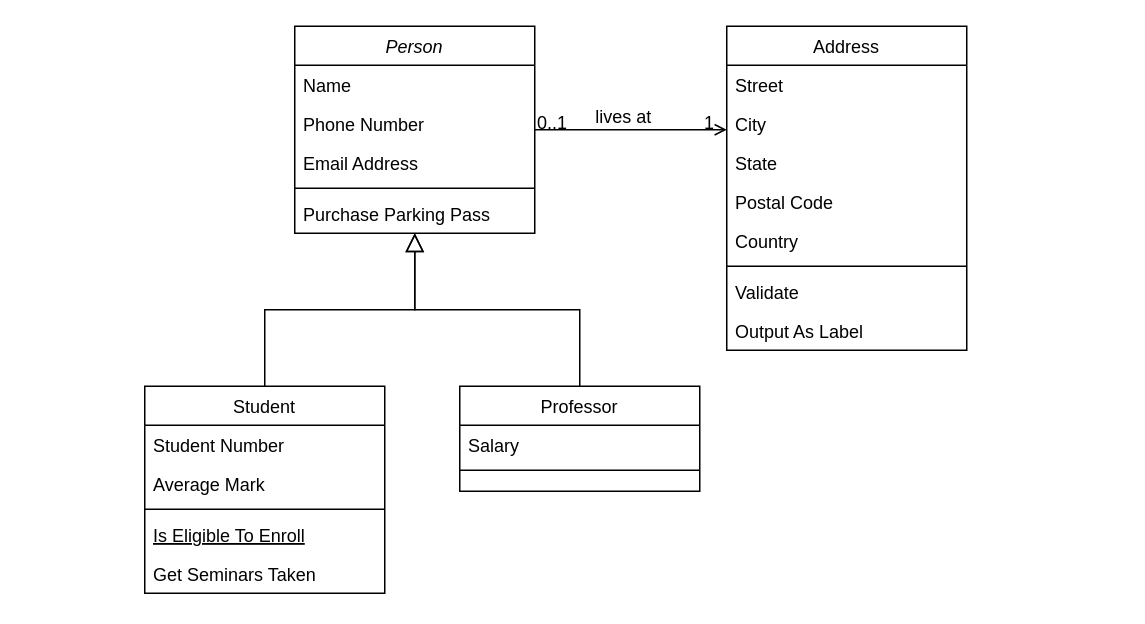
Before: 類別圖(建立備課資料).drawio in Kevincheng0804/System-analysis, a draw.io diagram. Source tidied: cells renumbered, new cells numbered last; positions are measured from the earlier drawing's top-left corner, leaving out a move shared by most shapes. Both pictures are drawn from the tidied source at 150%, with x=0, y=0 at pixel (144, 26).
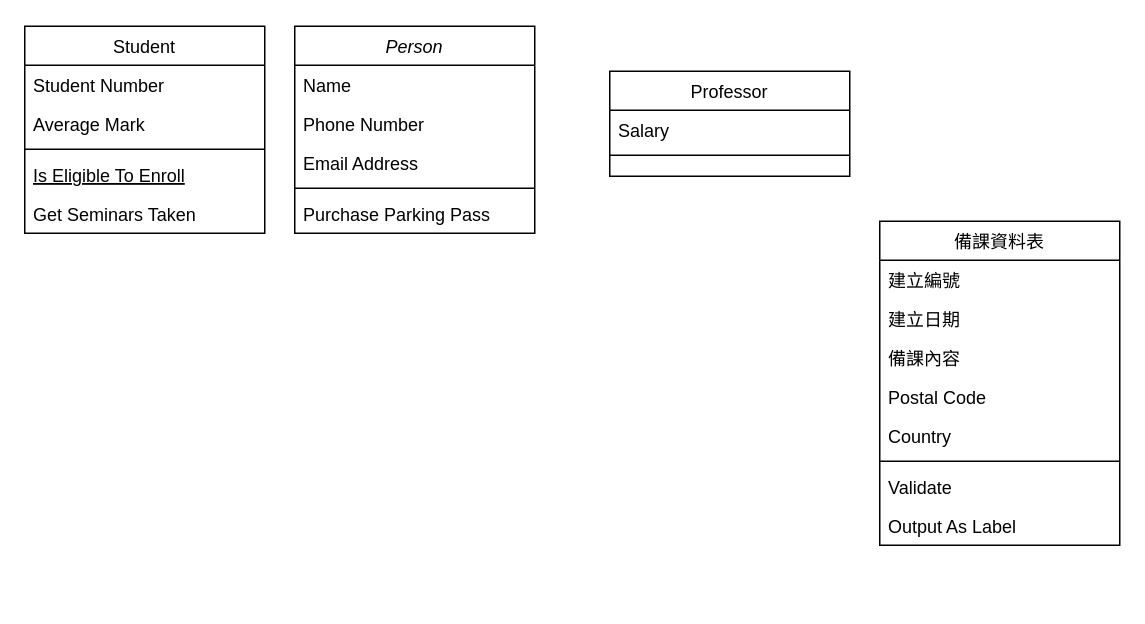
Above is the later version.

Commit message:
更新類別圖(建立備課資料).drawio

The change refers to these unchanged cells:
```xml
<mxCell id="2" value="Person" style="swimlane;fontStyle=2;align=center;verticalAlign=top;horizontal=1;startSize=26;rounded=0;shadow=0;strokeWidth=1;" parent="1" vertex="1">
  <mxGeometry x="100" width="160" height="138" as="geometry" />
</mxCell>
```

What changed in the source:
```diff
@@
     <mxCell id="8" value="Student" style="swimlane;fontStyle=0;align=center;verticalAlign=top;horizontal=1;startSize=26;rounded=0;shadow=0;strokeWidth=1;" parent="1" vertex="1">
-      <mxGeometry y="240" width="160" height="138" as="geometry" />
+      <mxGeometry x="-80" width="160" height="138" as="geometry" />
     </mxCell>
@@
-    <mxCell id="14" style="endArrow=block;endSize=10;endFill=0;shadow=0;strokeWidth=1;rounded=0;curved=0;edgeStyle=elbowEdgeStyle;elbow=vertical;" parent="1" edge="1" source="8" target="2">
-      <mxGeometry relative="1" as="geometry" />
-    </mxCell>
     <mxCell id="15" value="Professor" style="swimlane;fontStyle=0;align=center;verticalAlign=top;horizontal=1;startSize=26;rounded=0;shadow=0;strokeWidth=1;" parent="1" vertex="1">
-      <mxGeometry x="210" y="240" width="160" height="70" as="geometry" />
+      <mxGeometry x="310" y="30" width="160" height="70" as="geometry" />
     </mxCell>
@@
-    <mxCell id="18" style="endArrow=block;endSize=10;endFill=0;shadow=0;strokeWidth=1;rounded=0;curved=0;edgeStyle=elbowEdgeStyle;elbow=vertical;" parent="1" edge="1" source="15" target="2">
-      <mxGeometry relative="1" as="geometry" />
-    </mxCell>
-    <mxCell id="19" value="Address" style="swimlane;fontStyle=0;align=center;verticalAlign=top;horizontal=1;startSize=26;rounded=0;shadow=0;strokeWidth=1;" parent="1" vertex="1">
-      <mxGeometry x="388" width="160" height="216" as="geometry" />
+    <mxCell id="19" value="備課資料表" style="swimlane;fontStyle=0;align=center;verticalAlign=top;horizontal=1;startSize=26;rounded=0;shadow=0;strokeWidth=1;" parent="1" vertex="1">
+      <mxGeometry x="490" y="130" width="160" height="216" as="geometry" />
     </mxCell>
+    <mxCell id="22" value="建立編號" style="text;align=left;verticalAlign=top;spacingLeft=4;spacingRight=4;overflow=hidden;rounded=0;shadow=0;html=0;" parent="19" vertex="1">
+      <mxGeometry y="26" width="160" height="26" as="geometry" />
+    </mxCell>
+    <mxCell id="21" value="建立日期" style="text;align=left;verticalAlign=top;spacingLeft=4;spacingRight=4;overflow=hidden;rounded=0;shadow=0;html=0;" parent="19" vertex="1">
+      <mxGeometry y="52" width="160" height="26" as="geometry" />
+    </mxCell>
-    <mxCell id="20" value="Street" style="text;align=left;verticalAlign=top;spacingLeft=4;spacingRight=4;overflow=hidden;" parent="19" vertex="1">
-      <mxGeometry y="26" width="160" height="26" as="geometry" />
+    <mxCell id="20" value="備課內容" style="text;align=left;verticalAlign=top;spacingLeft=4;spacingRight=4;overflow=hidden;" parent="19" vertex="1">
+      <mxGeometry y="78" width="160" height="26" as="geometry" />
     </mxCell>
-    <mxCell id="21" value="City" style="text;align=left;verticalAlign=top;spacingLeft=4;spacingRight=4;overflow=hidden;rounded=0;shadow=0;html=0;" parent="19" vertex="1">
-      <mxGeometry y="52" width="160" height="26" as="geometry" />
-    </mxCell>
-    <mxCell id="22" value="State" style="text;align=left;verticalAlign=top;spacingLeft=4;spacingRight=4;overflow=hidden;rounded=0;shadow=0;html=0;" parent="19" vertex="1">
-      <mxGeometry y="78" width="160" height="26" as="geometry" />
-    </mxCell>
@@
-    <mxCell id="28" style="endArrow=open;shadow=0;strokeWidth=1;rounded=0;curved=0;endFill=1;edgeStyle=elbowEdgeStyle;elbow=vertical;" parent="1" edge="1" source="2" target="19">
-      <mxGeometry x="0.5" y="41" relative="1" as="geometry">
-        <mxPoint x="-40" y="32" as="offset" />
-      </mxGeometry>
-    </mxCell>
-    <mxCell id="29" value="0..1" style="align=left;verticalAlign=bottom;labelBackgroundColor=none;fontSize=12;" parent="28" vertex="1">
-      <mxGeometry x="-1" relative="1" as="geometry">
-        <mxPoint y="4" as="offset" />
-      </mxGeometry>
-    </mxCell>
-    <mxCell id="30" value="1" style="align=right;verticalAlign=bottom;labelBackgroundColor=none;fontSize=12;" parent="28" vertex="1">
-      <mxGeometry x="1" relative="1" as="geometry">
-        <mxPoint x="-7" y="4" as="offset" />
-      </mxGeometry>
-    </mxCell>
-    <mxCell id="31" value="lives at" style="text;html=1;align=center;verticalAlign=middle;labelBackgroundColor=none;rounded=0;shadow=0;strokeWidth=1;fontSize=12;" parent="28" vertex="1">
-      <mxGeometry x="0.5" y="49" relative="1" as="geometry">
-        <mxPoint x="-38" y="40" as="offset" />
-      </mxGeometry>
-    </mxCell>
```
